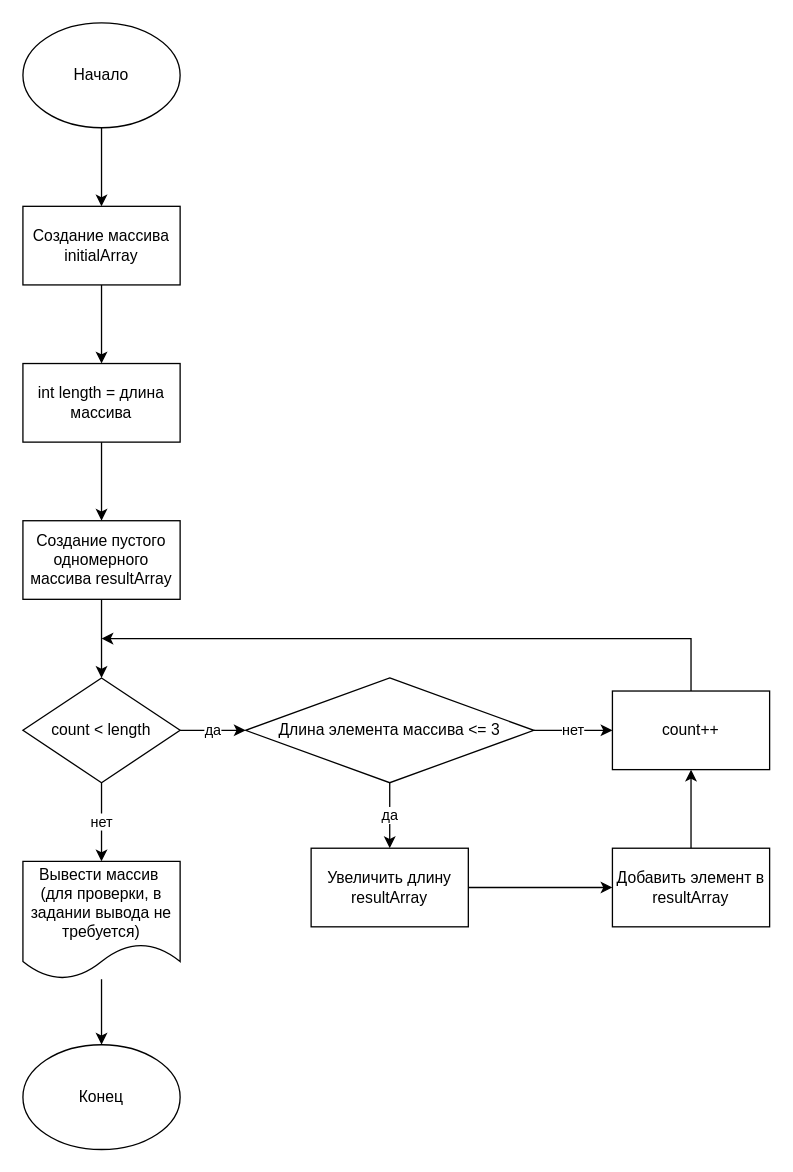
This is FVW_schema_V1.1.drawio from Roman0708/FVW, a draw.io file, before an edit. Source tidied: cells renumbered, new cells numbered last; positions are measured from the earlier drawing's top-left corner, leaving out a move shared by most shapes. Both pictures are drawn from the tidied source at 131%, with x=0, y=0 at pixel (22, 22).
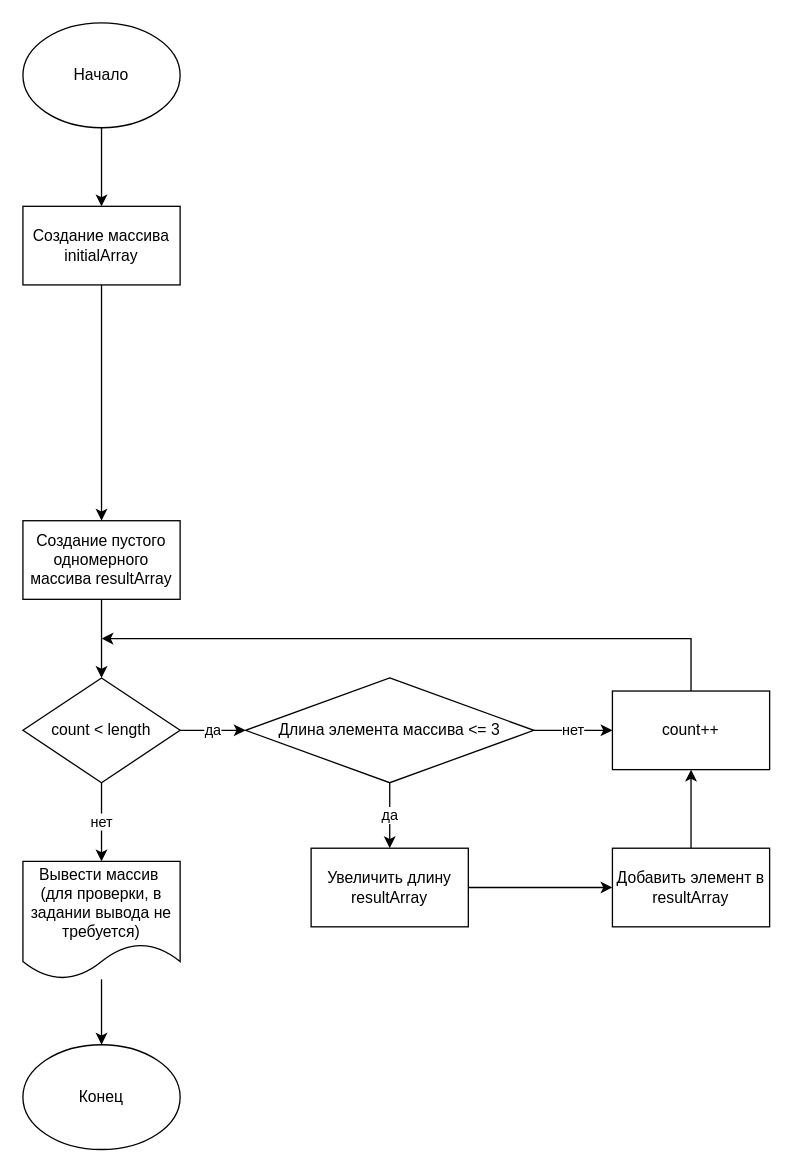
After the change.

Commit message:
Extra variable deleted

The change refers to these unchanged cells:
```xml
<mxCell id="16" value="Создание пустого одномерного массива resultArray" style="rounded=0;whiteSpace=wrap;html=1;" parent="1" vertex="1">
  <mxGeometry y="380" width="120" height="60" as="geometry" />
</mxCell>
<mxCell id="24" value="Создание массива initialArray" style="rounded=0;whiteSpace=wrap;html=1;" parent="1" vertex="1">
  <mxGeometry y="140" width="120" height="60" as="geometry" />
</mxCell>
```

What changed in the source:
```diff
@@
-    <mxCell id="10" style="edgeStyle=orthogonalEdgeStyle;rounded=0;jettySize=auto;html=1;entryX=0.5;entryY=0;entryDx=0;entryDy=0;" parent="1" edge="1" source="11" target="16">
-      <mxGeometry relative="1" as="geometry" />
-    </mxCell>
-    <mxCell id="11" value="int length = длина массива" style="rounded=0;whiteSpace=wrap;html=1;" parent="1" vertex="1">
-      <mxGeometry y="260" width="120" height="60" as="geometry" />
-    </mxCell>
@@
-    <mxCell id="23" style="edgeStyle=orthogonalEdgeStyle;rounded=0;jettySize=auto;html=1;exitX=0.5;exitY=1;exitDx=0;exitDy=0;entryX=0.5;entryY=0;entryDx=0;entryDy=0;" parent="1" edge="1" source="24" target="11">
-      <mxGeometry relative="1" as="geometry" />
-    </mxCell>
+    <mxCell id="25" style="edgeStyle=orthogonalEdgeStyle;rounded=0;jettySize=auto;html=1;entryX=0.5;entryY=0;entryDx=0;entryDy=0;" parent="1" edge="1" source="24" target="16">
+      <mxGeometry relative="1" as="geometry" />
+    </mxCell>
```
